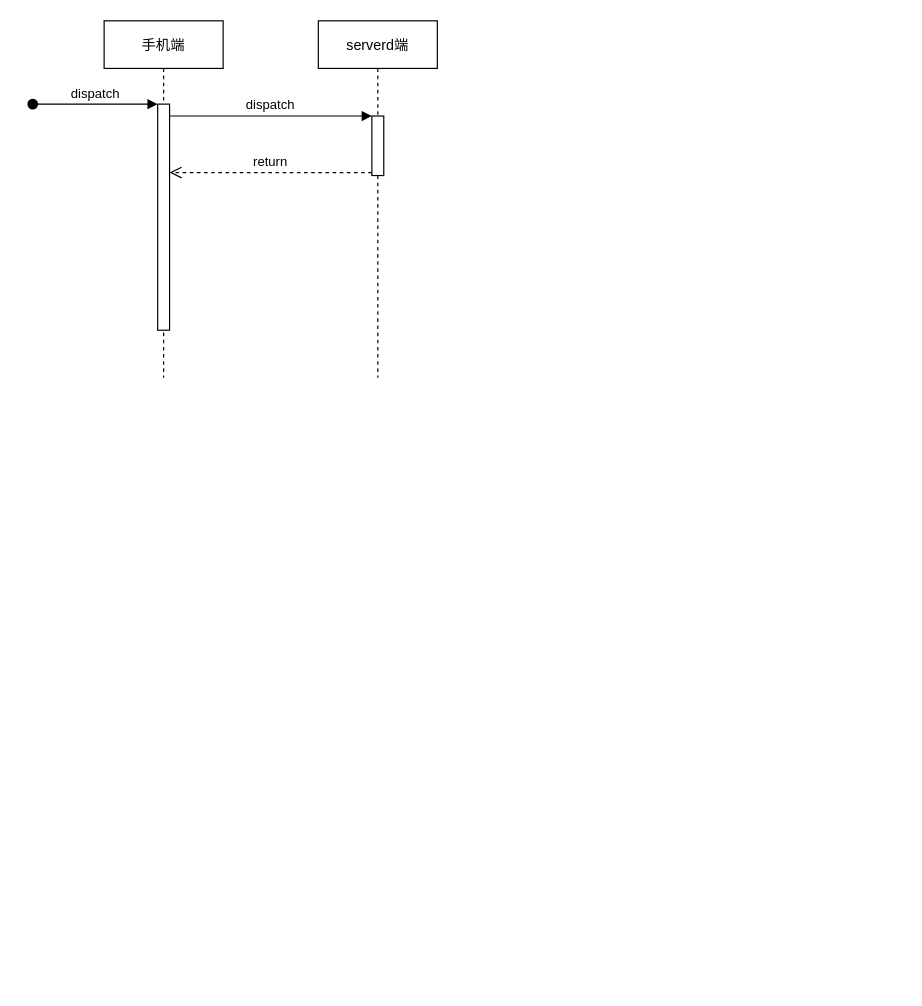
This is 新抠像加PAG玩法流程.drawio from milletzhu/datasource, a draw.io file, before an edit. Source tidied: cells renumbered, new cells numbered last; positions are measured from the earlier drawing's top-left corner, leaving out a move shared by most shapes. Both pictures are drawn from the tidied source at 119%, with x=0, y=0 at pixel (32, 20).
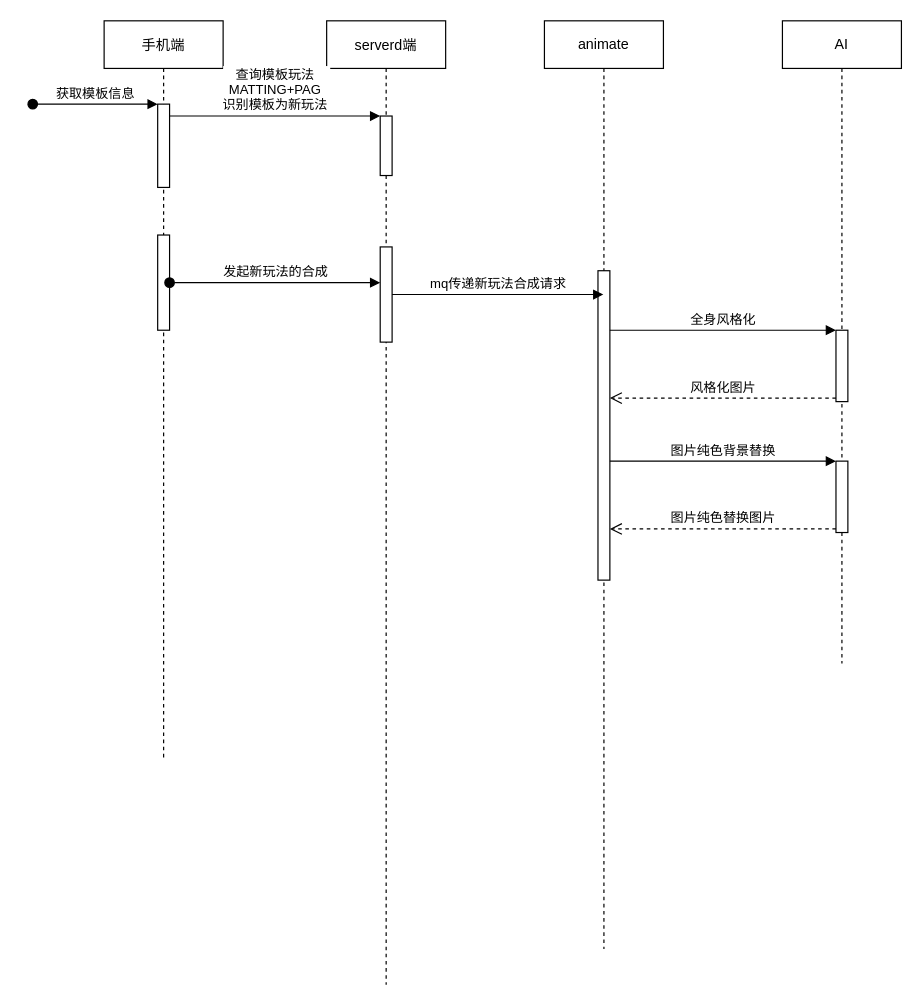
The same page after the edit.

Commit message (it also covers changes not shown here):
更新新抠像加PAG玩法流程.drawio

Unchanged cells that the change refers to:
```xml
<mxCell id="6" style="points=[];perimeter=orthogonalPerimeter;rounded=0;shadow=0;strokeWidth=1;" parent="5" vertex="1">
  <mxGeometry x="45" y="80" width="10" height="50" as="geometry" />
</mxCell>
```

The edit, as a diff of the source:
```diff
@@
     <mxCell id="2" value="手机端" style="shape=umlLifeline;perimeter=lifelinePerimeter;rounded=0;shadow=0;strokeWidth=1;" parent="1" vertex="1">
-      <mxGeometry x="60" width="100" height="300" as="geometry" />
+      <mxGeometry x="60" width="100" height="620" as="geometry" />
     </mxCell>
     <mxCell id="3" style="points=[];perimeter=orthogonalPerimeter;rounded=0;shadow=0;strokeWidth=1;" parent="2" vertex="1">
-      <mxGeometry x="45" y="70" width="10" height="190" as="geometry" />
+      <mxGeometry x="45" y="70" width="10" height="70" as="geometry" />
     </mxCell>
-    <mxCell id="4" value="dispatch" style="verticalAlign=bottom;startArrow=oval;endArrow=block;startSize=8;shadow=0;strokeWidth=1;" parent="2" edge="1" target="3">
+    <mxCell id="4" value="获取模板信息" style="verticalAlign=bottom;startArrow=oval;endArrow=block;startSize=8;shadow=0;strokeWidth=1;" parent="2" edge="1" target="3">
       <mxGeometry relative="1" as="geometry">
         <mxPoint x="-60" y="70" as="sourcePoint" />
       </mxGeometry>
     </mxCell>
+    <mxCell id="9" style="html=1;points=[];perimeter=orthogonalPerimeter;" parent="2" vertex="1">
+      <mxGeometry x="45" y="180" width="10" height="80" as="geometry" />
+    </mxCell>
     <mxCell id="5" value="serverd端" style="shape=umlLifeline;perimeter=lifelinePerimeter;rounded=0;shadow=0;strokeWidth=1;" parent="1" vertex="1">
-      <mxGeometry x="240" width="100" height="300" as="geometry" />
+      <mxGeometry x="247" width="100" height="810" as="geometry" />
     </mxCell>
@@
-    <mxCell id="7" value="return" style="verticalAlign=bottom;endArrow=open;dashed=1;endSize=8;exitX=0;exitY=0.95;shadow=0;strokeWidth=1;" parent="1" edge="1" source="6" target="3">
-      <mxGeometry relative="1" as="geometry" />
-    </mxCell>
+    <mxCell id="10" style="html=1;points=[];perimeter=orthogonalPerimeter;" parent="5" vertex="1">
+      <mxGeometry x="45" y="190" width="10" height="80" as="geometry" />
+    </mxCell>
-    <mxCell id="8" value="dispatch" style="verticalAlign=bottom;endArrow=block;entryX=0;entryY=0;shadow=0;strokeWidth=1;" parent="1" edge="1" source="3" target="6">
+    <mxCell id="8" value="查询模板玩法&#10;MATTING+PAG&#10;识别模板为新玩法" style="verticalAlign=bottom;endArrow=block;entryX=0;entryY=0;shadow=0;strokeWidth=1;" parent="1" edge="1" source="3" target="6">
       <mxGeometry relative="1" as="geometry" />
     </mxCell>
+    <mxCell id="11" value="animate" style="shape=umlLifeline;perimeter=lifelinePerimeter;whiteSpace=wrap;html=1;outlineConnect=0;" parent="1" vertex="1">
+      <mxGeometry x="430" width="100" height="780" as="geometry" />
+    </mxCell>
+    <mxCell id="12" style="html=1;points=[];perimeter=orthogonalPerimeter;" parent="11" vertex="1">
+      <mxGeometry x="45" y="210" width="10" height="260" as="geometry" />
+    </mxCell>
+    <mxCell id="13" value="发起新玩法的合成" style="html=1;verticalAlign=bottom;startArrow=oval;endArrow=block;startSize=8;rounded=0;" parent="1" edge="1" source="9" target="10">
+      <mxGeometry relative="1" as="geometry" />
+    </mxCell>
+    <mxCell id="14" value="mq传递新玩法合成请求" style="html=1;verticalAlign=bottom;endArrow=block;rounded=0;" parent="1" edge="1" source="10" target="11">
+      <mxGeometry relative="1" as="geometry" />
+    </mxCell>
+    <mxCell id="15" value="AI" style="shape=umlLifeline;perimeter=lifelinePerimeter;whiteSpace=wrap;html=1;" parent="1" vertex="1">
+      <mxGeometry x="630" width="100" height="540" as="geometry" />
+    </mxCell>
+    <mxCell id="16" style="html=1;points=[];perimeter=orthogonalPerimeter;" parent="15" vertex="1">
+      <mxGeometry x="45" y="260" width="10" height="60" as="geometry" />
+    </mxCell>
+    <mxCell id="17" style="html=1;points=[];perimeter=orthogonalPerimeter;" parent="15" vertex="1">
+      <mxGeometry x="45" y="370" width="10" height="60" as="geometry" />
+    </mxCell>
+    <mxCell id="18" value="全身风格化" style="html=1;verticalAlign=bottom;endArrow=block;entryX=0;entryY=0;rounded=0;" parent="1" edge="1" source="12" target="16">
+      <mxGeometry relative="1" as="geometry" />
+    </mxCell>
+    <mxCell id="19" value="风格化图片" style="html=1;verticalAlign=bottom;endArrow=open;dashed=1;endSize=8;exitX=0;exitY=0.95;rounded=0;" parent="1" edge="1" source="16" target="12">
+      <mxGeometry relative="1" as="geometry" />
+    </mxCell>
+    <mxCell id="20" value="图片纯色背景替换" style="html=1;verticalAlign=bottom;endArrow=block;entryX=0;entryY=0;rounded=0;" parent="1" edge="1" source="12" target="17">
+      <mxGeometry relative="1" as="geometry" />
+    </mxCell>
+    <mxCell id="21" value="图片纯色替换图片" style="html=1;verticalAlign=bottom;endArrow=open;dashed=1;endSize=8;exitX=0;exitY=0.95;rounded=0;" parent="1" edge="1" source="17" target="12">
+      <mxGeometry relative="1" as="geometry" />
+    </mxCell>
```
